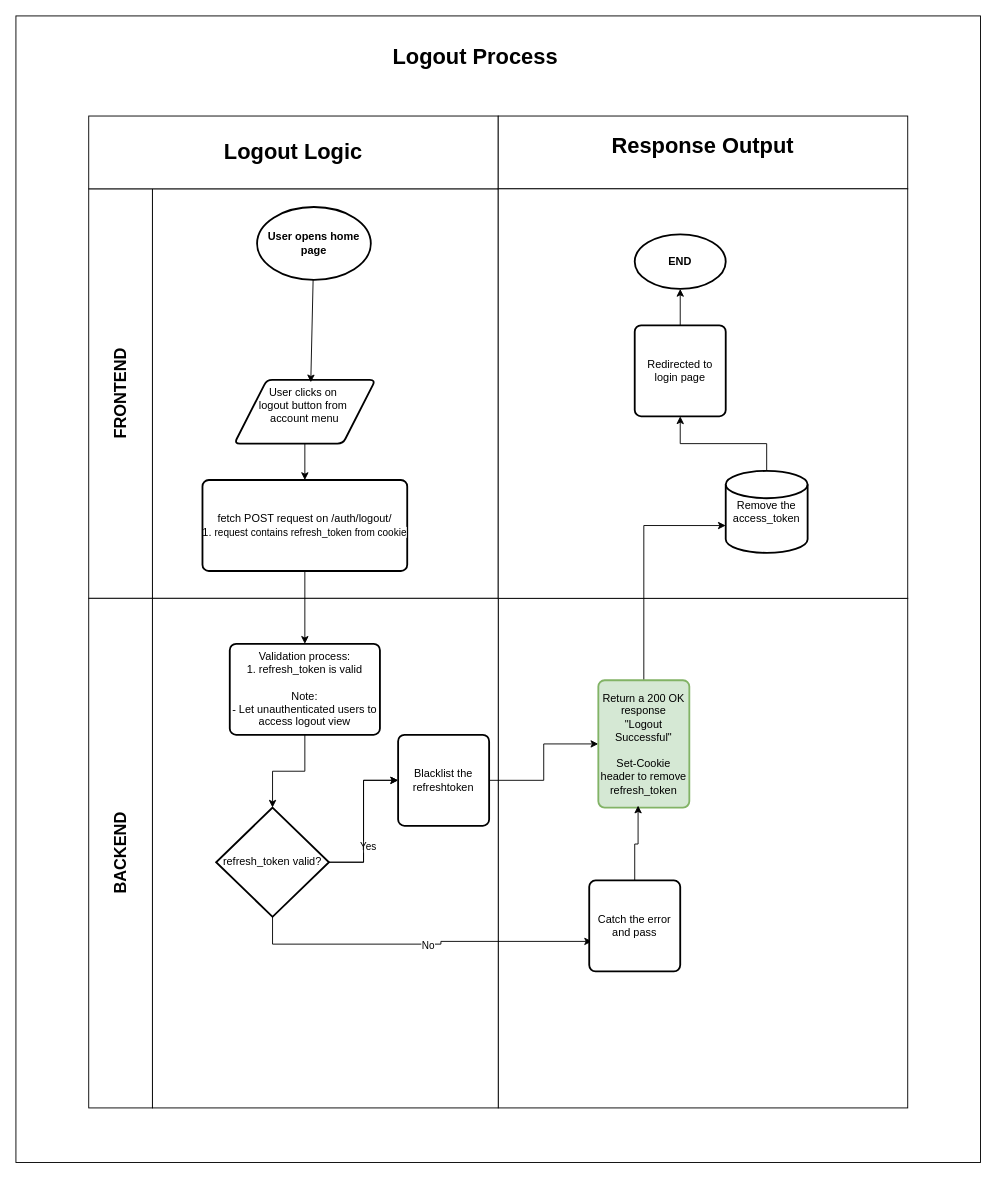
RHILIUS/drawio keeps this draw.io diagram as page "auth_logout-process" (2 of 4) of E-Commerce API Business Process.drawio. Above is the earlier version. Source tidied: cells renumbered, new cells numbered last; positions are measured from the earlier drawing's top-left corner, leaving out a move shared by most shapes. Both pictures are drawn from the tidied source at 91%, with x=0, y=0 at pixel (15, 15).
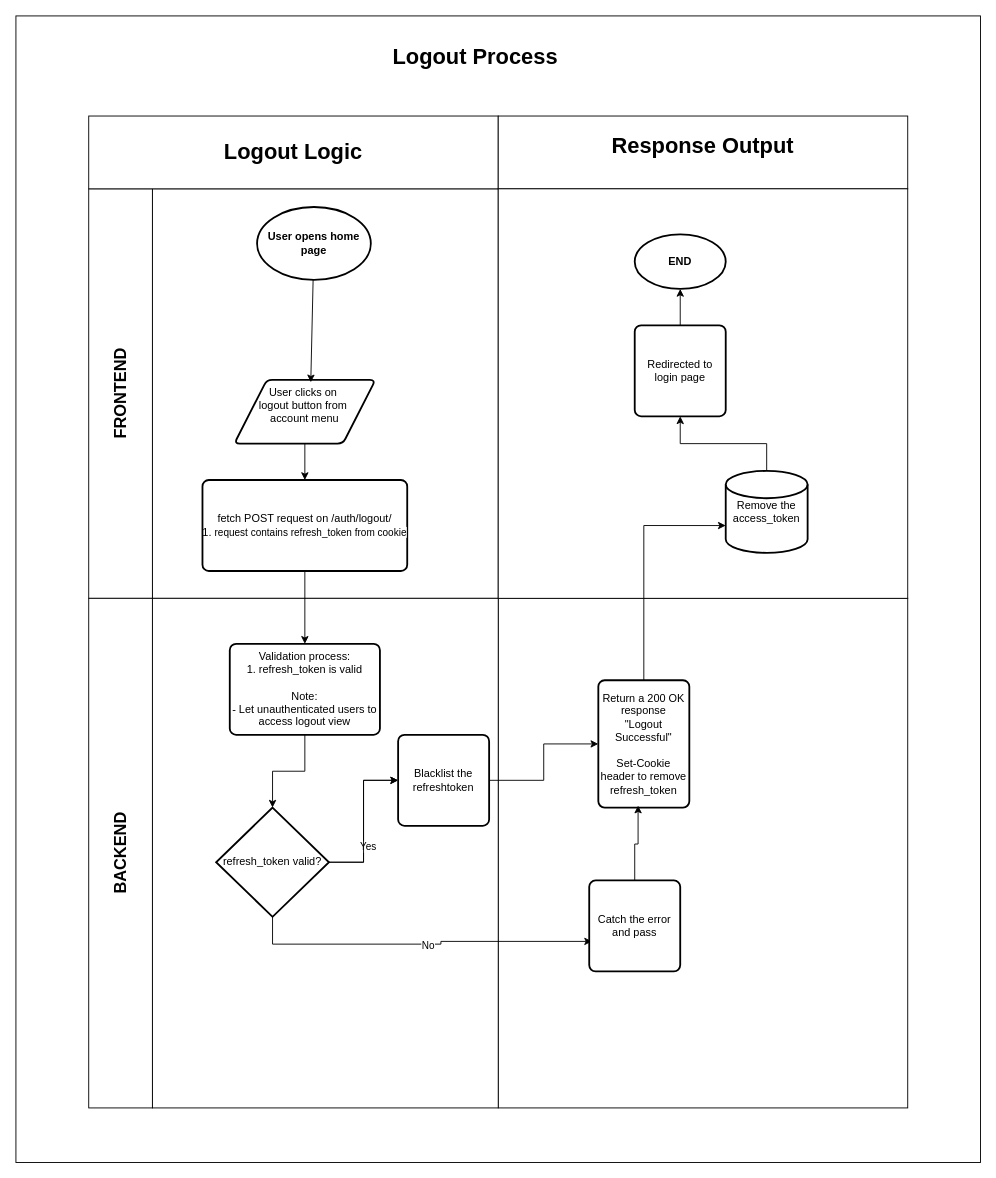
The same diagram, later.

What changed in the source:
```diff
@@
-    <mxCell id="29" value="Return a 200 OK response&lt;br&gt;&quot;Logout Successful&quot;&lt;br&gt;&lt;br&gt;Set-Cookie header to remove refresh_token" style="rounded=1;whiteSpace=wrap;html=1;absoluteArcSize=1;arcSize=14;strokeWidth=2;fillColor=#d5e8d4;strokeColor=#82b366;" parent="1" vertex="1">
+    <mxCell id="29" value="Return a 200 OK response&lt;br&gt;&quot;Logout Successful&quot;&lt;br&gt;&lt;br&gt;Set-Cookie header to remove refresh_token" style="rounded=1;whiteSpace=wrap;html=1;absoluteArcSize=1;arcSize=14;strokeWidth=2;" parent="1" vertex="1">
       <mxGeometry x="640" y="730" width="100" height="140" as="geometry" />
     </mxCell>
```
